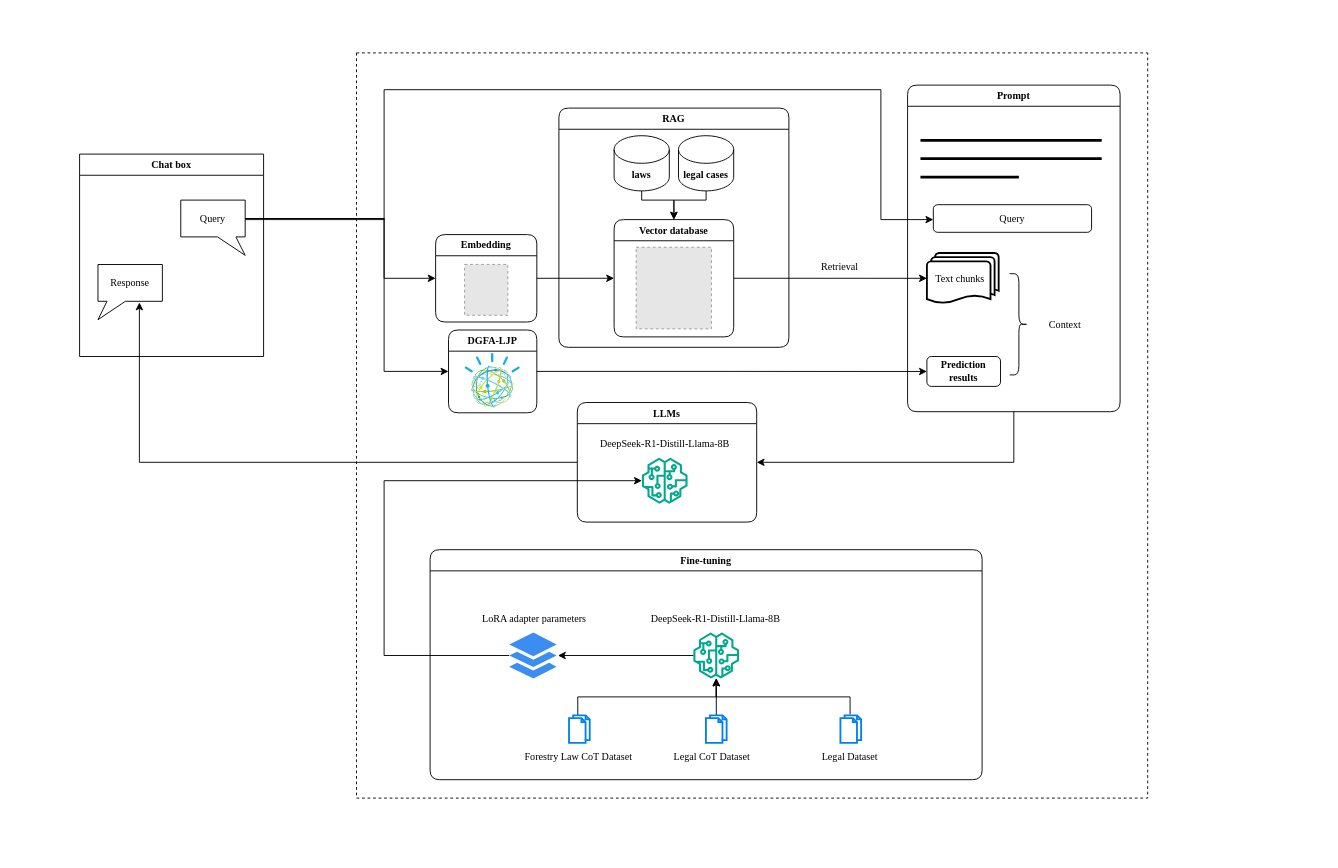
Above: 未命名绘图.drawio in ArThur-Te/2025-21408 (draw.io), before the change. Source tidied: cells renumbered, new cells numbered last; positions are measured from the earlier drawing's top-left corner, leaving out a move shared by most shapes. Both pictures are drawn from the tidied source at 92%, with x=0, y=0 at pixel (16, 16). Pictures stored in the file or linked from it are replaced by grey dashed boxes.
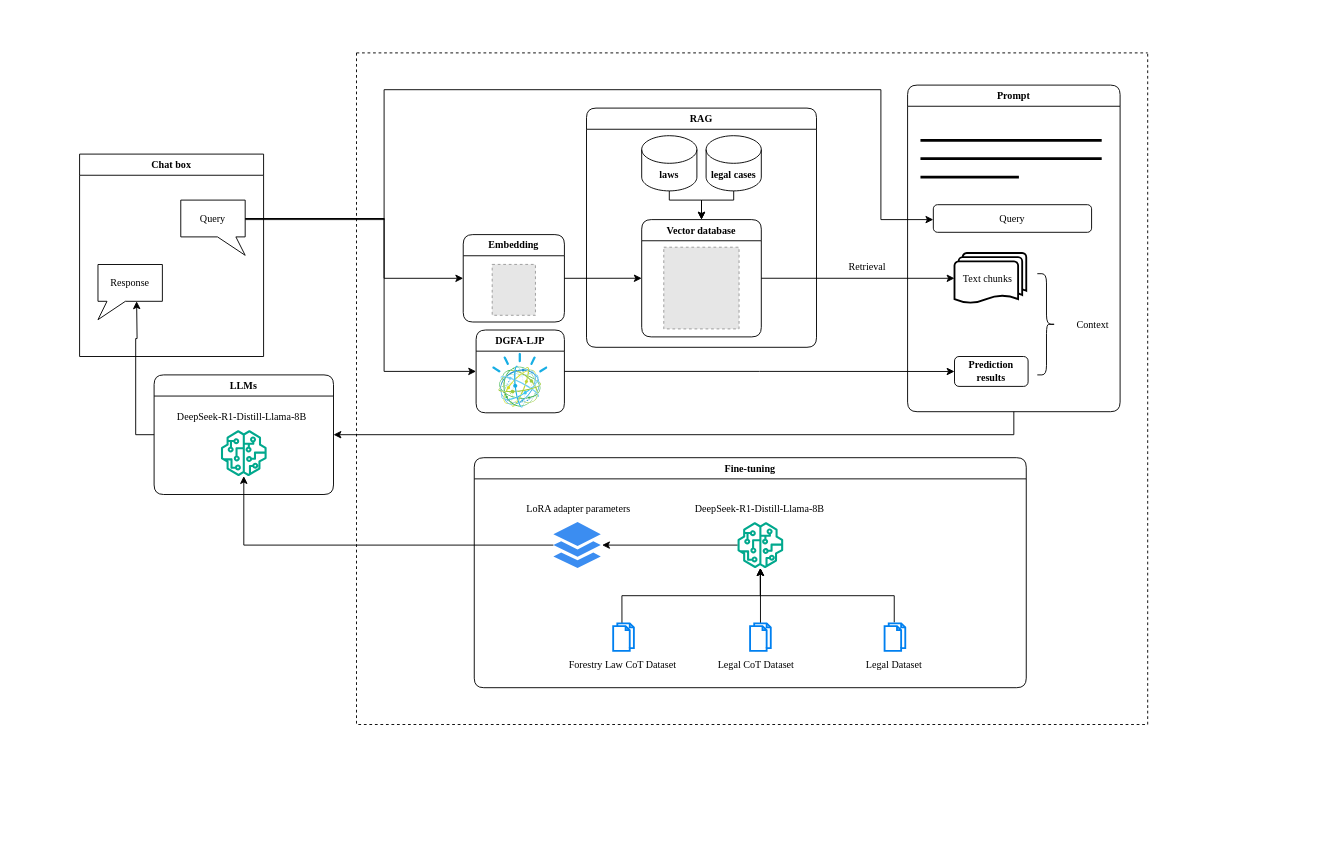
The same diagram, later.

Commit message (it also covers changes not shown here):
更新未命名绘图.drawio

Unchanged cells that the change refers to:
```xml
<mxCell id="3" value="Query" style="shape=callout;whiteSpace=wrap;html=1;perimeter=calloutPerimeter;size=20;position=0.57;position2=1;base=20;fontFamily=Times New Roman;fontSize=11;" parent="2" vertex="1">
  <mxGeometry x="110" y="50" width="70" height="60" as="geometry" />
</mxCell>
<mxCell id="4" value="Response" style="shape=callout;whiteSpace=wrap;html=1;perimeter=calloutPerimeter;size=20;position=0.14;position2=0;fontFamily=Times New Roman;fontSize=11;" parent="2" vertex="1">
  <mxGeometry x="20" y="120" width="70" height="60" as="geometry" />
</mxCell>
<mxCell id="6" value="Prompt" style="swimlane;whiteSpace=wrap;html=1;rounded=1;glass=0;fontFamily=Times New Roman;fontSize=11;" parent="5" vertex="1">
  <mxGeometry x="599" y="35" width="231" height="355" as="geometry" />
</mxCell>
<mxCell id="14" value="DGFA-LJP" style="swimlane;whiteSpace=wrap;html=1;rounded=1;glass=0;fontFamily=Times New Roman;fontSize=11;" parent="12" vertex="1">
  <mxGeometry x="470" y="341.2" width="96" height="90" as="geometry" />
</mxCell>
<mxCell id="30" value="Embedding" style="swimlane;whiteSpace=wrap;html=1;rounded=1;glass=0;fontFamily=Times New Roman;fontSize=11;" parent="12" vertex="1">
  <mxGeometry x="456" y="237.5" width="110" height="95" as="geometry" />
</mxCell>
```

Diff of the diagram source:
```diff
@@
     <mxCell id="5" style="swimlane;startSize=0;dashed=1;fontFamily=Times New Roman;fontSize=11;" parent="1" vertex="1">
-      <mxGeometry x="370" y="40" width="860" height="810" as="geometry" />
+      <mxGeometry x="370" y="40" width="860" height="730" as="geometry" />
     </mxCell>
@@
     <mxCell id="12" style="swimlane;startSize=0;strokeWidth=0;strokeColor=none;fontFamily=Times New Roman;fontSize=11;" parent="1" vertex="1">
-      <mxGeometry width="1420" height="910" as="geometry" />
+      <mxGeometry x="30" width="1230" height="790" as="geometry" />
     </mxCell>
@@
-    <mxCell id="24" value="Fine-tuning" style="swimlane;whiteSpace=wrap;html=1;rounded=1;glass=0;fontFamily=Times New Roman;fontSize=11;startSize=23;" parent="12" vertex="1">
-      <mxGeometry x="450" y="580" width="600" height="250" as="geometry" />
-    </mxCell>
-    <mxCell id="25" value="LoRA adapter parameters" style="text;html=1;align=center;verticalAlign=middle;strokeColor=none;fillColor=none;fontFamily=Times New Roman;fontSize=11;" parent="24" vertex="1">
-      <mxGeometry x="43" y="60" width="140" height="30" as="geometry" />
-    </mxCell>
-    <mxCell id="26" value="DeepSeek-R1-Distill-Llama-8B" style="text;html=1;align=center;verticalAlign=middle;strokeColor=none;fillColor=none;fontFamily=Times New Roman;fontSize=11;" parent="24" vertex="1">
-      <mxGeometry x="230" y="60" width="160" height="30" as="geometry" />
-    </mxCell>
-    <mxCell id="27" style="sketch=0;outlineConnect=0;fontColor=#232F3E;gradientColor=none;fillColor=#01A88D;strokeColor=none;dashed=0;verticalLabelPosition=bottom;verticalAlign=top;align=center;html=1;fontSize=11;fontStyle=0;shape=mxgraph.aws4.sagemaker_model;fontFamily=Times New Roman;" parent="12" vertex="1">
-      <mxGeometry x="680" y="480" width="50" height="50" as="geometry" />
-    </mxCell>
@@
     <mxCell id="35" value="LLMs" style="swimlane;whiteSpace=wrap;html=1;rounded=1;glass=0;fontFamily=Times New Roman;fontSize=11;startSize=23;" parent="12" vertex="1">
-      <mxGeometry x="610" y="420" width="195" height="130" as="geometry" />
+      <mxGeometry x="120" y="390" width="195" height="130" as="geometry" />
     </mxCell>
@@
+    <mxCell id="27" style="sketch=0;outlineConnect=0;fontColor=#232F3E;gradientColor=none;fillColor=#01A88D;strokeColor=none;dashed=0;verticalLabelPosition=bottom;verticalAlign=top;align=center;html=1;fontSize=11;fontStyle=0;shape=mxgraph.aws4.sagemaker_model;fontFamily=Times New Roman;" parent="35" vertex="1">
+      <mxGeometry x="72.5" y="60" width="50" height="50" as="geometry" />
+    </mxCell>
@@
-    <mxCell id="38" style="edgeStyle=orthogonalEdgeStyle;rounded=0;jettySize=auto;html=1;entryX=0.643;entryY=0.687;entryDx=0;entryDy=0;entryPerimeter=0;fontSize=11;fontFamily=Times New Roman;" parent="1" edge="1" source="35" target="4">
-      <mxGeometry relative="1" as="geometry" />
-    </mxCell>
-    <mxCell id="39" style="edgeStyle=orthogonalEdgeStyle;rounded=0;jettySize=auto;html=1;exitX=0;exitY=0;exitDx=70;exitDy=20;exitPerimeter=0;entryX=0;entryY=0.5;entryDx=0;entryDy=0;fontSize=11;fontFamily=Times New Roman;" parent="1" edge="1" source="3" target="30">
-      <mxGeometry relative="1" as="geometry">
-        <Array as="points">
-          <mxPoint x="400" y="220" />
-          <mxPoint x="400" y="285" />
-        </Array>
-      </mxGeometry>
-    </mxCell>
-    <mxCell id="40" style="edgeStyle=orthogonalEdgeStyle;rounded=0;jettySize=auto;html=1;exitX=0;exitY=0;exitDx=70;exitDy=20.000000000000004;exitPerimeter=0;entryX=0;entryY=0.5;entryDx=0;entryDy=0;fontSize=11;fontFamily=Times New Roman;" parent="1" edge="1" source="3" target="14">
-      <mxGeometry relative="1" as="geometry">
-        <Array as="points">
-          <mxPoint x="400" y="220" />
-          <mxPoint x="400" y="386" />
-        </Array>
-      </mxGeometry>
-    </mxCell>
+    <mxCell id="24" value="Fine-tuning" style="swimlane;whiteSpace=wrap;html=1;rounded=1;glass=0;fontFamily=Times New Roman;fontSize=11;startSize=23;" parent="12" vertex="1">
+      <mxGeometry x="468" y="480" width="600" height="250" as="geometry" />
+    </mxCell>
+    <mxCell id="25" value="LoRA adapter parameters" style="text;html=1;align=center;verticalAlign=middle;strokeColor=none;fillColor=none;fontFamily=Times New Roman;fontSize=11;" parent="24" vertex="1">
+      <mxGeometry x="43" y="40" width="140" height="30" as="geometry" />
+    </mxCell>
+    <mxCell id="26" value="DeepSeek-R1-Distill-Llama-8B" style="text;html=1;align=center;verticalAlign=middle;strokeColor=none;fillColor=none;fontFamily=Times New Roman;fontSize=11;" parent="24" vertex="1">
+      <mxGeometry x="230" y="40" width="160" height="30" as="geometry" />
+    </mxCell>
-    <mxCell id="41" style="sketch=0;outlineConnect=0;fontColor=#232F3E;gradientColor=none;fillColor=#01A88D;strokeColor=none;dashed=0;verticalLabelPosition=bottom;verticalAlign=top;align=center;html=1;fontSize=11;fontStyle=0;shape=mxgraph.aws4.sagemaker_model;fontFamily=Times New Roman;" parent="1" vertex="1">
-      <mxGeometry x="736" y="670" width="50" height="50" as="geometry" />
+    <mxCell id="41" style="sketch=0;outlineConnect=0;fontColor=#232F3E;gradientColor=none;fillColor=#01A88D;strokeColor=none;dashed=0;verticalLabelPosition=bottom;verticalAlign=top;align=center;html=1;fontSize=11;fontStyle=0;shape=mxgraph.aws4.sagemaker_model;fontFamily=Times New Roman;" parent="24" vertex="1">
+      <mxGeometry x="286" y="70" width="50" height="50" as="geometry" />
     </mxCell>
-    <mxCell id="42" style="edgeStyle=orthogonalEdgeStyle;rounded=0;jettySize=auto;html=1;fontSize=11;fontFamily=Times New Roman;" parent="1" edge="1" source="43" target="27">
-      <mxGeometry relative="1" as="geometry">
-        <Array as="points">
-          <mxPoint x="400" y="695" />
-          <mxPoint x="400" y="505" />
-        </Array>
-      </mxGeometry>
-    </mxCell>
-    <mxCell id="43" style="sketch=0;html=1;strokeColor=none;shadow=0;fillColor=#3B8DF1;verticalAlign=top;labelPosition=center;verticalLabelPosition=bottom;shape=mxgraph.gcp2.files;fontFamily=Times New Roman;fontSize=11;" parent="1" vertex="1">
-      <mxGeometry x="536" y="670" width="51.5" height="50" as="geometry" />
+    <mxCell id="43" style="sketch=0;html=1;strokeColor=none;shadow=0;fillColor=#3B8DF1;verticalAlign=top;labelPosition=center;verticalLabelPosition=bottom;shape=mxgraph.gcp2.files;fontFamily=Times New Roman;fontSize=11;" parent="24" vertex="1">
+      <mxGeometry x="86" y="70" width="51.5" height="50" as="geometry" />
     </mxCell>
-    <mxCell id="44" style="edgeStyle=orthogonalEdgeStyle;rounded=0;jettySize=auto;html=1;entryX=1.028;entryY=0.5;entryDx=0;entryDy=0;entryPerimeter=0;fontFamily=Times New Roman;fontSize=11;" parent="1" edge="1" source="41" target="43">
+    <mxCell id="44" style="edgeStyle=orthogonalEdgeStyle;rounded=0;jettySize=auto;html=1;entryX=1.028;entryY=0.5;entryDx=0;entryDy=0;entryPerimeter=0;fontFamily=Times New Roman;fontSize=11;" parent="24" edge="1" source="41" target="43">
       <mxGeometry relative="1" as="geometry" />
     </mxCell>
+    <mxCell id="42" style="edgeStyle=orthogonalEdgeStyle;rounded=0;jettySize=auto;html=1;" parent="12" edge="1" source="43" target="27">
+      <mxGeometry relative="1" as="geometry" />
+    </mxCell>
-    <mxCell id="45" style="edgeStyle=orthogonalEdgeStyle;rounded=0;jettySize=auto;html=1;exitX=0.424;exitY=0.016;exitDx=0;exitDy=0;exitPerimeter=0;fontFamily=Times New Roman;fontSize=11;" parent="1" edge="1" source="46" target="41">
+    <mxCell id="45" style="edgeStyle=orthogonalEdgeStyle;rounded=0;jettySize=auto;html=1;exitX=0.424;exitY=0.016;exitDx=0;exitDy=0;exitPerimeter=0;fontFamily=Times New Roman;fontSize=11;" parent="12" edge="1" source="46" target="41">
       <mxGeometry relative="1" as="geometry" />
     </mxCell>
-    <mxCell id="46" style="html=1;verticalLabelPosition=bottom;align=center;labelBackgroundColor=#ffffff;verticalAlign=top;strokeWidth=2;strokeColor=#0080F0;shadow=0;dashed=0;shape=mxgraph.ios7.icons.documents;fontFamily=Times New Roman;fontSize=11;" parent="1" vertex="1">
-      <mxGeometry x="601" y="760" width="22.5" height="30" as="geometry" />
+    <mxCell id="46" style="html=1;verticalLabelPosition=bottom;align=center;labelBackgroundColor=#ffffff;verticalAlign=top;strokeWidth=2;strokeColor=#0080F0;shadow=0;dashed=0;shape=mxgraph.ios7.icons.documents;fontFamily=Times New Roman;fontSize=11;" parent="12" vertex="1">
+      <mxGeometry x="619" y="660" width="22.5" height="30" as="geometry" />
     </mxCell>
-    <mxCell id="47" value="Forestry Law CoT Dataset" style="text;html=1;align=center;verticalAlign=middle;strokeColor=none;fillColor=none;fontFamily=Times New Roman;fontSize=11;" parent="1" vertex="1">
-      <mxGeometry x="541" y="790" width="140" height="30" as="geometry" />
+    <mxCell id="47" value="Forestry Law CoT Dataset" style="text;html=1;align=center;verticalAlign=middle;strokeColor=none;fillColor=none;fontFamily=Times New Roman;fontSize=11;" parent="12" vertex="1">
+      <mxGeometry x="559" y="690" width="140" height="30" as="geometry" />
     </mxCell>
-    <mxCell id="48" style="edgeStyle=orthogonalEdgeStyle;rounded=0;jettySize=auto;html=1;fontFamily=Times New Roman;fontSize=11;" parent="1" edge="1" source="49" target="41">
+    <mxCell id="48" style="edgeStyle=orthogonalEdgeStyle;rounded=0;jettySize=auto;html=1;fontFamily=Times New Roman;fontSize=11;" parent="12" edge="1" source="49" target="41">
       <mxGeometry relative="1" as="geometry" />
     </mxCell>
-    <mxCell id="49" style="html=1;verticalLabelPosition=bottom;align=center;labelBackgroundColor=#ffffff;verticalAlign=top;strokeWidth=2;strokeColor=#0080F0;shadow=0;dashed=0;shape=mxgraph.ios7.icons.documents;fontFamily=Times New Roman;fontSize=11;" parent="1" vertex="1">
-      <mxGeometry x="749.8" y="760" width="22.5" height="30" as="geometry" />
+    <mxCell id="49" style="html=1;verticalLabelPosition=bottom;align=center;labelBackgroundColor=#ffffff;verticalAlign=top;strokeWidth=2;strokeColor=#0080F0;shadow=0;dashed=0;shape=mxgraph.ios7.icons.documents;fontFamily=Times New Roman;fontSize=11;" parent="12" vertex="1">
+      <mxGeometry x="767.8" y="660" width="22.5" height="30" as="geometry" />
     </mxCell>
-    <mxCell id="50" value="Legal CoT Dataset" style="text;html=1;align=center;verticalAlign=middle;strokeColor=none;fillColor=none;fontFamily=Times New Roman;fontSize=11;" parent="1" vertex="1">
-      <mxGeometry x="701" y="790" width="110" height="30" as="geometry" />
+    <mxCell id="50" value="Legal CoT Dataset" style="text;html=1;align=center;verticalAlign=middle;strokeColor=none;fillColor=none;fontFamily=Times New Roman;fontSize=11;" parent="12" vertex="1">
+      <mxGeometry x="719" y="690" width="110" height="30" as="geometry" />
     </mxCell>
-    <mxCell id="51" style="edgeStyle=orthogonalEdgeStyle;rounded=0;jettySize=auto;html=1;exitX=0.467;exitY=-0.033;exitDx=0;exitDy=0;exitPerimeter=0;fontFamily=Times New Roman;fontSize=11;" parent="1" edge="1" source="52" target="41">
+    <mxCell id="51" style="edgeStyle=orthogonalEdgeStyle;rounded=0;jettySize=auto;html=1;exitX=0.467;exitY=-0.033;exitDx=0;exitDy=0;exitPerimeter=0;fontFamily=Times New Roman;fontSize=11;" parent="12" edge="1" source="52" target="41">
       <mxGeometry relative="1" as="geometry" />
     </mxCell>
-    <mxCell id="52" style="html=1;verticalLabelPosition=bottom;align=center;labelBackgroundColor=#ffffff;verticalAlign=top;strokeWidth=2;strokeColor=#0080F0;shadow=0;dashed=0;shape=mxgraph.ios7.icons.documents;fontFamily=Times New Roman;fontSize=11;" parent="1" vertex="1">
-      <mxGeometry x="896" y="760" width="22.5" height="30" as="geometry" />
+    <mxCell id="52" style="html=1;verticalLabelPosition=bottom;align=center;labelBackgroundColor=#ffffff;verticalAlign=top;strokeWidth=2;strokeColor=#0080F0;shadow=0;dashed=0;shape=mxgraph.ios7.icons.documents;fontFamily=Times New Roman;fontSize=11;" parent="12" vertex="1">
+      <mxGeometry x="914" y="660" width="22.5" height="30" as="geometry" />
     </mxCell>
-    <mxCell id="53" value="Legal Dataset" style="text;html=1;align=center;verticalAlign=middle;strokeColor=none;fillColor=none;fontFamily=Times New Roman;fontSize=11;" parent="1" vertex="1">
-      <mxGeometry x="866" y="790" width="80" height="30" as="geometry" />
+    <mxCell id="53" value="Legal Dataset" style="text;html=1;align=center;verticalAlign=middle;strokeColor=none;fillColor=none;fontFamily=Times New Roman;fontSize=11;" parent="12" vertex="1">
+      <mxGeometry x="884" y="690" width="80" height="30" as="geometry" />
     </mxCell>
+    <mxCell id="39" style="edgeStyle=orthogonalEdgeStyle;rounded=0;jettySize=auto;html=1;exitX=0;exitY=0;exitDx=70;exitDy=20;exitPerimeter=0;entryX=0;entryY=0.5;entryDx=0;entryDy=0;fontSize=11;fontFamily=Times New Roman;" parent="1" edge="1" source="3" target="30">
+      <mxGeometry relative="1" as="geometry">
+        <Array as="points">
+          <mxPoint x="400" y="220" />
+          <mxPoint x="400" y="285" />
+        </Array>
+      </mxGeometry>
+    </mxCell>
+    <mxCell id="40" style="edgeStyle=orthogonalEdgeStyle;rounded=0;jettySize=auto;html=1;exitX=0;exitY=0;exitDx=70;exitDy=20.000000000000004;exitPerimeter=0;entryX=0;entryY=0.5;entryDx=0;entryDy=0;fontSize=11;fontFamily=Times New Roman;" parent="1" edge="1" source="3" target="14">
+      <mxGeometry relative="1" as="geometry">
+        <Array as="points">
+          <mxPoint x="400" y="220" />
+          <mxPoint x="400" y="386" />
+        </Array>
+      </mxGeometry>
+    </mxCell>
-    <mxCell id="54" style="edgeStyle=orthogonalEdgeStyle;rounded=0;jettySize=auto;html=1;exitX=0.5;exitY=1;exitDx=0;exitDy=0;entryX=1;entryY=0.5;entryDx=0;entryDy=0;fontFamily=Times New Roman;fontSize=11;" parent="1" edge="1" source="6" target="35">
+    <mxCell id="54" style="edgeStyle=orthogonalEdgeStyle;rounded=0;jettySize=auto;html=1;exitX=0.5;exitY=1;exitDx=0;exitDy=0;entryX=1;entryY=0.5;entryDx=0;entryDy=0;" parent="1" edge="1" source="6" target="35">
       <mxGeometry relative="1" as="geometry" />
     </mxCell>
+    <mxCell id="55" style="edgeStyle=orthogonalEdgeStyle;rounded=0;jettySize=auto;html=1;exitX=0;exitY=0.5;exitDx=0;exitDy=0;" parent="1" edge="1" source="35">
+      <mxGeometry relative="1" as="geometry">
+        <mxPoint x="131" y="310" as="targetPoint" />
+      </mxGeometry>
+    </mxCell>
```
